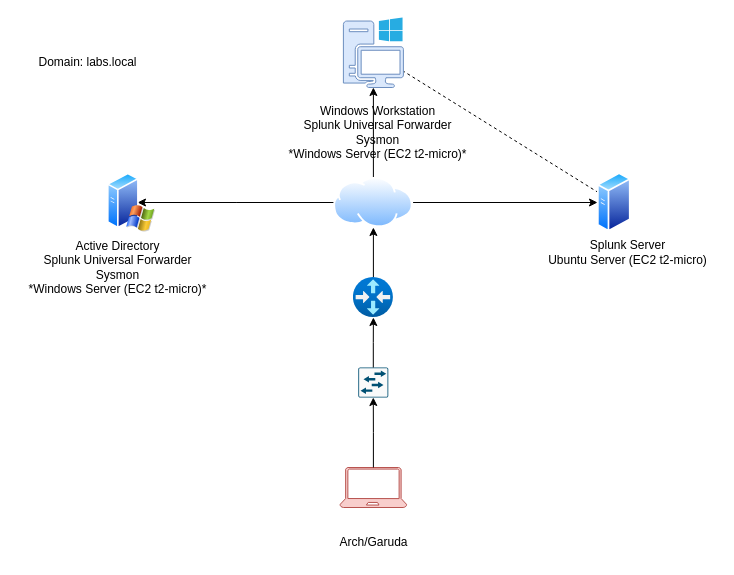
This is AD-aws.drawio from uhtred-X/Visuals, a draw.io file, before an edit. Source tidied: cells renumbered, new cells numbered last; positions are measured from the earlier drawing's top-left corner, leaving out a move shared by most shapes. Both pictures are drawn from the tidied source at 100%, with x=0, y=0 at pixel (17, 17).
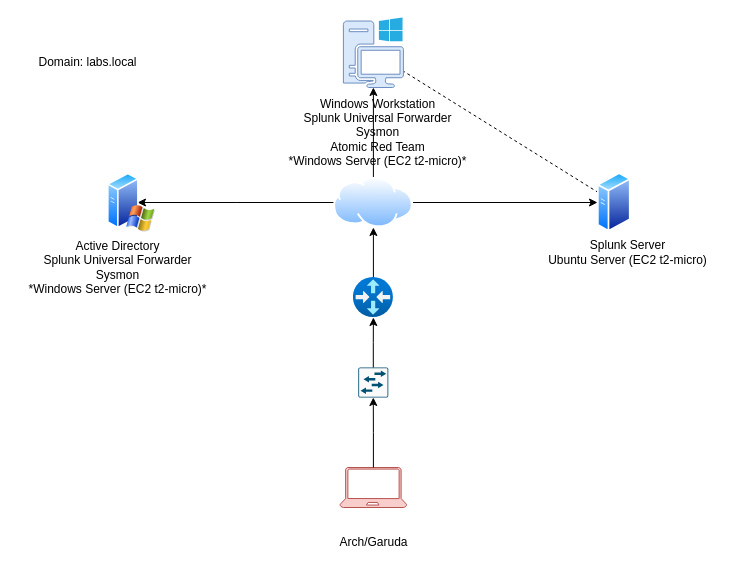
The same page after the edit.

Change to the diagram source:
```diff
@@
-    <mxCell id="19" value="&lt;div&gt;Windows Workstation&lt;br&gt;&lt;/div&gt;&lt;div&gt;Splunk Universal Forwarder&lt;/div&gt;&lt;div&gt;Sysmon&lt;/div&gt;&lt;div&gt;*Windows Server (EC2 t2-micro)*&lt;br&gt;&lt;/div&gt;" style="text;html=1;align=center;verticalAlign=middle;strokeColor=none;fillColor=none;" parent="1" vertex="1">
-      <mxGeometry x="260" y="80" width="200" height="70" as="geometry" />
+    <mxCell id="19" value="&lt;div&gt;Windows Workstation&lt;br&gt;&lt;/div&gt;&lt;div&gt;Splunk Universal Forwarder&lt;/div&gt;&lt;div&gt;Sysmon&lt;/div&gt;&lt;div&gt;Atomic Red Team&lt;br&gt;&lt;/div&gt;&lt;div&gt;*Windows Server (EC2 t2-micro)*&lt;br&gt;&lt;/div&gt;" style="text;html=1;align=center;verticalAlign=middle;strokeColor=none;fillColor=none;" parent="1" vertex="1">
+      <mxGeometry x="260" y="70" width="200" height="90" as="geometry" />
     </mxCell>
```
